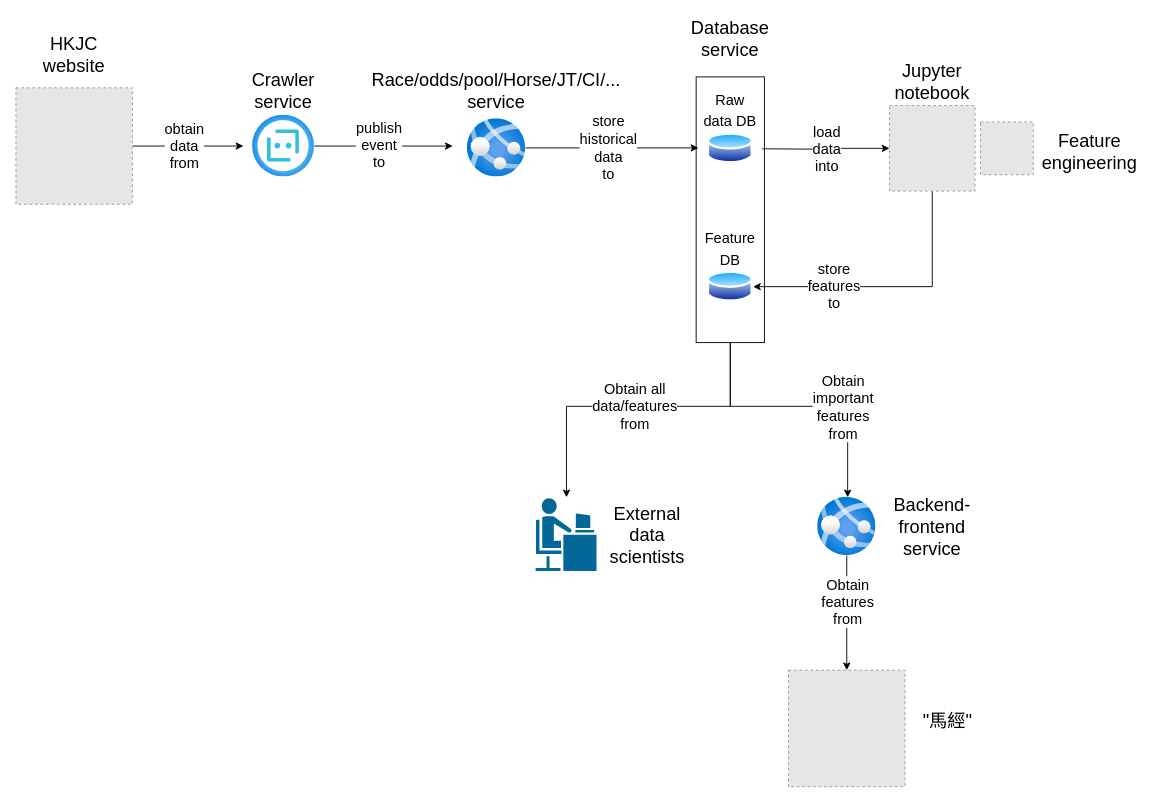
Earlier version of the draw.io diagram page "Data process" (2 of 2) of feature_diagram.drawio (tommy202201/HKJC). Source tidied: cells renumbered, new cells numbered last; positions are measured from the earlier drawing's top-left corner, leaving out a move shared by most shapes. Both pictures are drawn from the tidied source at 91%, with x=0, y=0 at pixel (15, 24). Pictures stored in the file or linked from it are replaced by grey dashed boxes.
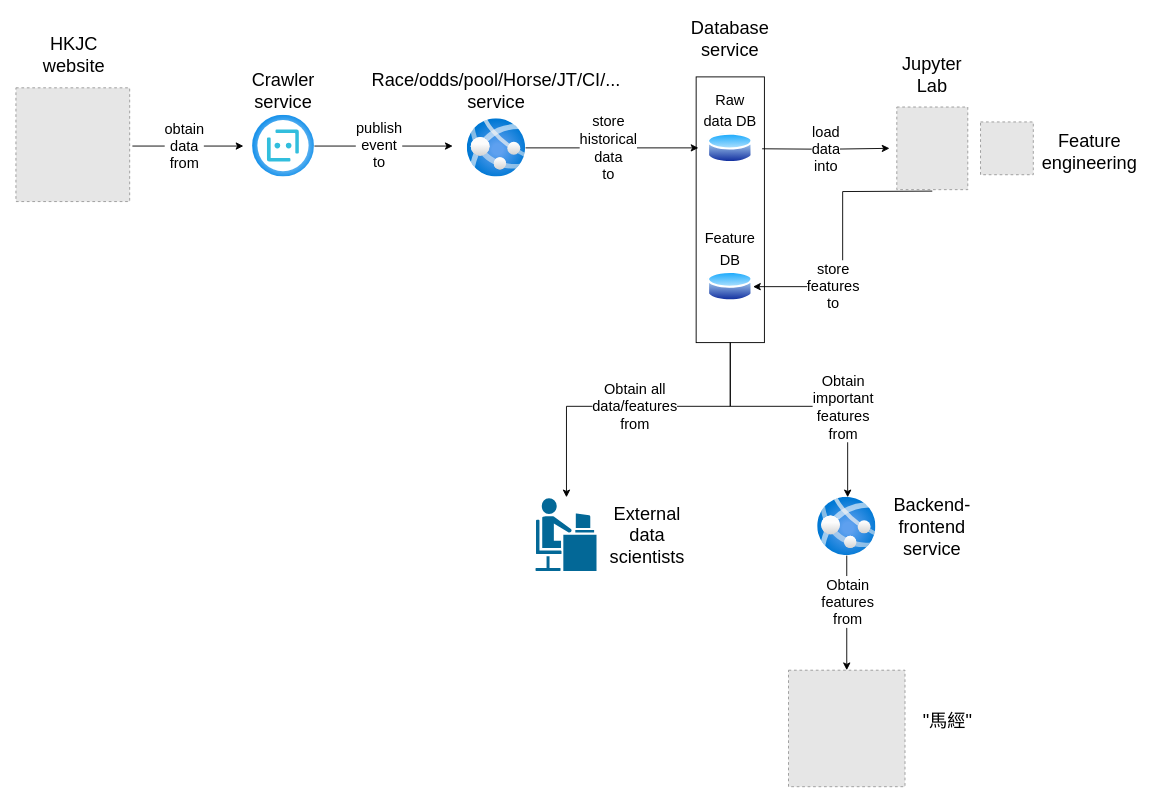
Above is the later version.

The change refers to these unchanged cells:
```xml
<mxCell id="35" style="perimeter=ellipsePerimeter;html=1;align=center;shadow=0;dashed=0;spacingTop=3;image;image=img/lib/active_directory/database.svg;fontSize=20;fillColor=#FFE6CC;gradientColor=#ffffff;gradientDirection=south;" parent="1" vertex="1">
  <mxGeometry x="760" y="270" width="50" height="37" as="geometry" />
</mxCell>
```

What changed in the source:
```diff
@@
-    <mxCell id="3" style="edgeStyle=orthogonalEdgeStyle;rounded=0;jettySize=auto;html=1;exitX=1;exitY=0.5;exitDx=0;exitDy=0;fontSize=20;" parent="1" edge="1" source="5">
+    <mxCell id="3" style="edgeStyle=orthogonalEdgeStyle;rounded=0;orthogonalLoop=1;jettySize=auto;html=1;exitX=1;exitY=0.5;exitDx=0;exitDy=0;fontSize=20;" parent="1" edge="1">
       <mxGeometry relative="1" as="geometry">
+        <mxPoint x="128" y="134" as="sourcePoint" />
         <mxPoint x="250" y="134" as="targetPoint" />
       </mxGeometry>
     </mxCell>
@@
-    <mxCell id="5" style="fillColor=#E6E6E6;strokeColor=#999999;dashed=1;html=1;verticalAlign=top;verticalLabelPosition=bottom;labelBackgroundColor=#ffffff;fontSize=20;" parent="1" vertex="1">
-      <mxGeometry y="70" width="128" height="128" as="geometry" />
-    </mxCell>
@@
-    <mxCell id="15" value="load&lt;br&gt;data&lt;br&gt;into" style="edgeStyle=orthogonalEdgeStyle;rounded=0;jettySize=auto;html=1;fontSize=16;" parent="1" edge="1" target="23">
+    <mxCell id="15" value="load&lt;br&gt;data&lt;br&gt;into" style="edgeStyle=orthogonalEdgeStyle;rounded=0;orthogonalLoop=1;jettySize=auto;html=1;fontSize=16;" parent="1" edge="1">
       <mxGeometry relative="1" as="geometry">
         <mxPoint x="820" y="137" as="sourcePoint" />
+        <mxPoint x="960" y="136.5" as="targetPoint" />
       </mxGeometry>
     </mxCell>
@@
-    <mxCell id="21" style="edgeStyle=orthogonalEdgeStyle;rounded=0;jettySize=auto;html=1;exitX=0.5;exitY=1;exitDx=0;exitDy=0;entryX=1;entryY=0.5;entryDx=0;entryDy=0;fontSize=16;" parent="1" edge="1" source="23" target="35">
-      <mxGeometry relative="1" as="geometry" />
+    <mxCell id="21" style="edgeStyle=orthogonalEdgeStyle;rounded=0;jettySize=auto;html=1;exitX=0.5;exitY=1;exitDx=0;exitDy=0;entryX=1;entryY=0.5;entryDx=0;entryDy=0;fontSize=16;" parent="1" edge="1" target="35">
+      <mxGeometry relative="1" as="geometry">
+        <mxPoint x="1007" y="183.5" as="sourcePoint" />
+      </mxGeometry>
     </mxCell>
@@
-    <mxCell id="23" style="fillColor=#E6E6E6;strokeColor=#999999;dashed=1;html=1;verticalAlign=top;verticalLabelPosition=bottom;labelBackgroundColor=#ffffff;fontSize=20;" parent="1" vertex="1">
-      <mxGeometry x="960" y="89.5" width="94" height="94" as="geometry" />
-    </mxCell>
-    <mxCell id="24" value="Jupyter notebook" style="text;html=1;strokeColor=none;fillColor=none;align=center;verticalAlign=middle;whiteSpace=wrap;rounded=0;fontSize=20;" parent="1" vertex="1">
-      <mxGeometry x="977" y="47.5" width="60" height="30" as="geometry" />
+    <mxCell id="24" value="Jupyter Lab" style="text;html=1;strokeColor=none;fillColor=none;align=center;verticalAlign=middle;whiteSpace=wrap;rounded=0;fontSize=20;" parent="1" vertex="1">
+      <mxGeometry x="977" y="40" width="60" height="30" as="geometry" />
     </mxCell>
@@
+    <mxCell id="38" style="fillColor=#E6E6E6;strokeColor=#999999;dashed=1;verticalLabelPosition=bottom;labelBackgroundColor=default;verticalAlign=top;" parent="1" vertex="1">
+      <mxGeometry x="968" y="91.1" width="78" height="90.8" as="geometry" />
+    </mxCell>
+    <mxCell id="39" style="fillColor=#E6E6E6;strokeColor=#999999;dashed=1;verticalLabelPosition=bottom;labelBackgroundColor=default;verticalAlign=top;" parent="1" vertex="1">
+      <mxGeometry y="70" width="125" height="125" as="geometry" />
+    </mxCell>
```
